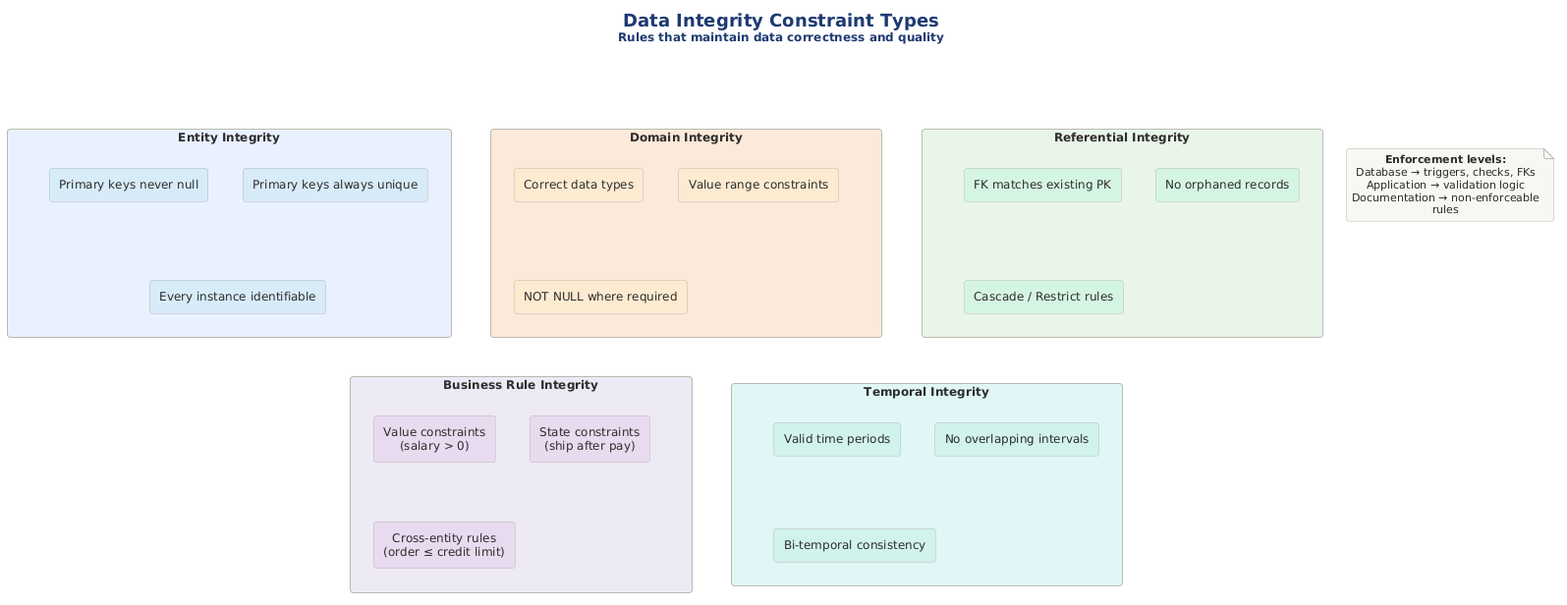
Notoriousjayy/latex-docs keeps this PlantUML diagram as src/architecture/views-and-beyond/style-catalogs/module/data-model-style/png/10-constraint-types.png. Above is the earlier version. Its diagram source:
```plantuml
@startuml 10-constraint-types
!include ../../../../../../tooling/styles/plantuml/structural/component-diagram-style.iuml

!define BLUE #4A90D9
!define GREEN #5BA85B
!define ORANGE #D4763C
!define PURPLE #7B68AE
!define TEAL #2C8C99

title <size:18><b>Data Integrity Constraint Types</b></size>\n<size:12>Rules that maintain data correctness and quality</size>

rectangle "**Entity Integrity**" as EI #E8F0FE {
  rectangle "Primary keys never null" as e1 #D6EAF8
  rectangle "Primary keys always unique" as e2 #D6EAF8
  rectangle "Every instance identifiable" as e3 #D6EAF8
}

rectangle "**Referential Integrity**" as RI #E8F5E8 {
  rectangle "FK matches existing PK" as r1 #D5F5E3
  rectangle "No orphaned records" as r2 #D5F5E3
  rectangle "Cascade / Restrict rules" as r3 #D5F5E3
}

rectangle "**Domain Integrity**" as DI #FDE8D8 {
  rectangle "Correct data types" as d1 #FDEBD0
  rectangle "Value range constraints" as d2 #FDEBD0
  rectangle "NOT NULL where required" as d3 #FDEBD0
}

rectangle "**Business Rule Integrity**" as BI #EDE8F5 {
  rectangle "Value constraints\n(salary > 0)" as b1 #E8DAEF
  rectangle "State constraints\n(ship after pay)" as b2 #E8DAEF
  rectangle "Cross-entity rules\n(order ≤ credit limit)" as b3 #E8DAEF
}

rectangle "**Temporal Integrity**" as TI #E0F7F7 {
  rectangle "Valid time periods" as t1 #D1F2EB
  rectangle "No overlapping intervals" as t2 #D1F2EB
  rectangle "Bi-temporal consistency" as t3 #D1F2EB
}

EI -[hidden]right- RI
RI -[hidden]right- DI
DI -[hidden]down- BI
BI -[hidden]left- TI

note as N1
  **Enforcement levels:**
  Database → triggers, checks, FKs
  Application → validation logic
  Documentation → non-enforceable rules
end note

@enduml
```
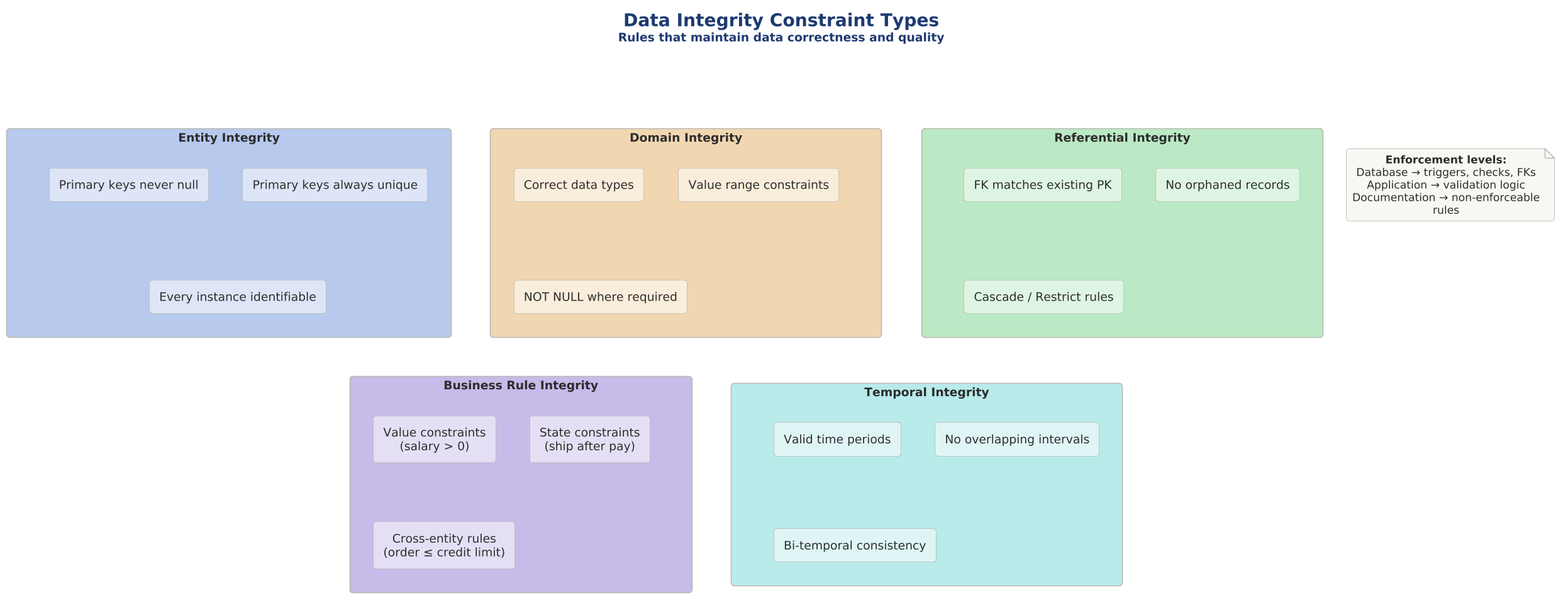
The same file after the commit.

Change to the diagram source:
```diff
@@ -1,42 +1,47 @@
 @startuml 10-constraint-types
+
+skinparam dpi 150
+
+
+
 !include ../../../../../../tooling/styles/plantuml/structural/component-diagram-style.iuml
 
-!define BLUE #4A90D9
-!define GREEN #5BA85B
-!define ORANGE #D4763C
-!define PURPLE #7B68AE
-!define TEAL #2C8C99
+!define BLUE $line_primary
+!define GREEN $line_ok
+!define ORANGE $line_caution
+!define PURPLE $line_alt
+!define TEAL $line_dynamic
 
 title <size:18><b>Data Integrity Constraint Types</b></size>\n<size:12>Rules that maintain data correctness and quality</size>
 
-rectangle "**Entity Integrity**" as EI #E8F0FE {
-  rectangle "Primary keys never null" as e1 #D6EAF8
-  rectangle "Primary keys always unique" as e2 #D6EAF8
-  rectangle "Every instance identifiable" as e3 #D6EAF8
+rectangle "**Entity Integrity**" as EI $deep_primary {
+  rectangle "Primary keys never null" as e1 $fill_primary
+  rectangle "Primary keys always unique" as e2 $fill_primary
+  rectangle "Every instance identifiable" as e3 $fill_primary
 }
 
-rectangle "**Referential Integrity**" as RI #E8F5E8 {
-  rectangle "FK matches existing PK" as r1 #D5F5E3
-  rectangle "No orphaned records" as r2 #D5F5E3
-  rectangle "Cascade / Restrict rules" as r3 #D5F5E3
+rectangle "**Referential Integrity**" as RI $deep_ok {
+  rectangle "FK matches existing PK" as r1 $fill_ok
+  rectangle "No orphaned records" as r2 $fill_ok
+  rectangle "Cascade / Restrict rules" as r3 $fill_ok
 }
 
-rectangle "**Domain Integrity**" as DI #FDE8D8 {
-  rectangle "Correct data types" as d1 #FDEBD0
-  rectangle "Value range constraints" as d2 #FDEBD0
-  rectangle "NOT NULL where required" as d3 #FDEBD0
+rectangle "**Domain Integrity**" as DI $deep_caution {
+  rectangle "Correct data types" as d1 $fill_caution
+  rectangle "Value range constraints" as d2 $fill_caution
+  rectangle "NOT NULL where required" as d3 $fill_caution
 }
 
-rectangle "**Business Rule Integrity**" as BI #EDE8F5 {
-  rectangle "Value constraints\n(salary > 0)" as b1 #E8DAEF
-  rectangle "State constraints\n(ship after pay)" as b2 #E8DAEF
-  rectangle "Cross-entity rules\n(order ≤ credit limit)" as b3 #E8DAEF
+rectangle "**Business Rule Integrity**" as BI $deep_alt {
+  rectangle "Value constraints\n(salary > 0)" as b1 $fill_alt
+  rectangle "State constraints\n(ship after pay)" as b2 $fill_alt
+  rectangle "Cross-entity rules\n(order ≤ credit limit)" as b3 $fill_alt
 }
 
-rectangle "**Temporal Integrity**" as TI #E0F7F7 {
-  rectangle "Valid time periods" as t1 #D1F2EB
-  rectangle "No overlapping intervals" as t2 #D1F2EB
-  rectangle "Bi-temporal consistency" as t3 #D1F2EB
+rectangle "**Temporal Integrity**" as TI $deep_dynamic {
+  rectangle "Valid time periods" as t1 $fill_dynamic
+  rectangle "No overlapping intervals" as t2 $fill_dynamic
+  rectangle "Bi-temporal consistency" as t3 $fill_dynamic
 }
 
 EI -[hidden]right- RI
```
